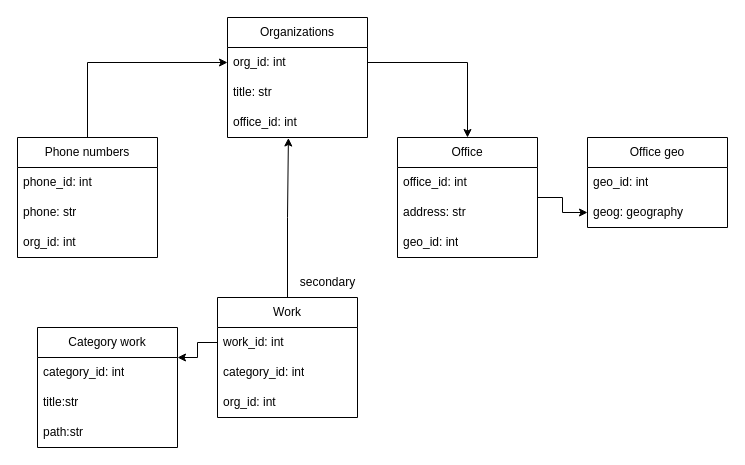
Earlier version of the draw.io diagram docs/sources/entity.drawio (Keni13-coder/test-nebus). Source tidied: cells renumbered, new cells numbered last; positions are measured from the earlier drawing's top-left corner, leaving out a move shared by most shapes. Both pictures are drawn from the tidied source at 100%, with x=0, y=0 at pixel (17, 17).
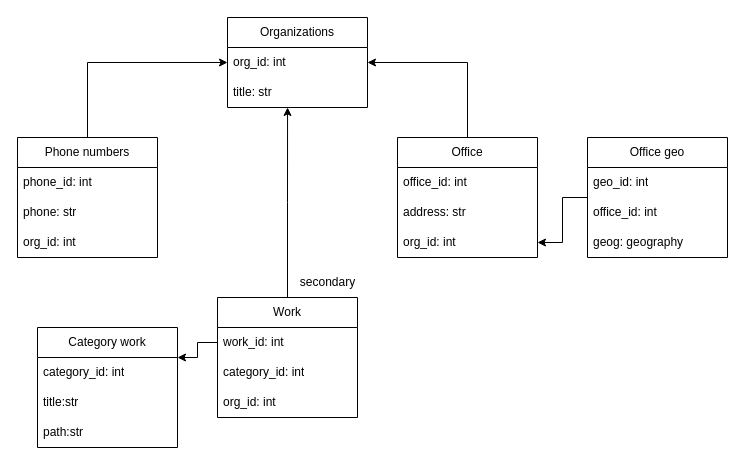
After the change.

The change refers to these unchanged cells:
```xml
<mxCell id="3" value="org_id: int" style="text;strokeColor=none;fillColor=none;align=left;verticalAlign=middle;spacingLeft=4;spacingRight=4;overflow=hidden;points=[[0,0.5],[1,0.5]];portConstraint=eastwest;whiteSpace=wrap;html=1;" parent="2" vertex="1">
  <mxGeometry y="30" width="140" height="30" as="geometry" />
</mxCell>
<mxCell id="4" value="title: str" style="text;strokeColor=none;fillColor=none;align=left;verticalAlign=middle;spacingLeft=4;spacingRight=4;overflow=hidden;points=[[0,0.5],[1,0.5]];portConstraint=eastwest;whiteSpace=wrap;html=1;" parent="2" vertex="1">
  <mxGeometry y="60" width="140" height="30" as="geometry" />
</mxCell>
<mxCell id="12" value="Office" style="swimlane;fontStyle=0;horizontal=1;startSize=30;whiteSpace=wrap;html=1;" parent="1" vertex="1">
  <mxGeometry x="380" y="120" width="140" height="120" as="geometry" />
</mxCell>
<mxCell id="20" value="Work" style="swimlane;fontStyle=0;horizontal=1;startSize=30;whiteSpace=wrap;html=1;" parent="1" vertex="1">
  <mxGeometry x="200" y="280" width="140" height="120" as="geometry" />
</mxCell>
```

Change to the diagram source:
```diff
@@
     <mxCell id="2" value="Organizations" style="swimlane;fontStyle=0;horizontal=1;startSize=30;whiteSpace=wrap;html=1;" parent="1" vertex="1">
-      <mxGeometry x="210" width="140" height="120" as="geometry" />
+      <mxGeometry x="210" width="140" height="90" as="geometry" />
     </mxCell>
@@
-    <mxCell id="5" value="office_id: int" style="text;strokeColor=none;fillColor=none;align=left;verticalAlign=middle;spacingLeft=4;spacingRight=4;overflow=hidden;points=[[0,0.5],[1,0.5]];portConstraint=eastwest;whiteSpace=wrap;html=1;" parent="2" vertex="1">
-      <mxGeometry y="90" width="140" height="30" as="geometry" />
-    </mxCell>
@@
-    <mxCell id="11" style="edgeStyle=orthogonalEdgeStyle;rounded=0;jettySize=auto;html=1;" parent="1" edge="1" source="12" target="18">
-      <mxGeometry relative="1" as="geometry" />
-    </mxCell>
+    <mxCell id="31" style="edgeStyle=orthogonalEdgeStyle;rounded=0;jettySize=auto;html=1;entryX=1;entryY=0.5;entryDx=0;entryDy=0;" parent="1" edge="1" source="12" target="3">
+      <mxGeometry relative="1" as="geometry" />
+    </mxCell>
@@
-    <mxCell id="15" value="geo_id: int" style="text;strokeColor=none;fillColor=none;align=left;verticalAlign=middle;spacingLeft=4;spacingRight=4;overflow=hidden;whiteSpace=wrap;html=1;" parent="12" vertex="1">
-      <mxGeometry y="90" width="140" height="30" as="geometry" />
-    </mxCell>
+    <mxCell id="32" value="org_id: int" style="text;strokeColor=none;fillColor=none;align=left;verticalAlign=middle;spacingLeft=4;spacingRight=4;overflow=hidden;points=[[0,0.5],[1,0.5]];portConstraint=eastwest;whiteSpace=wrap;html=1;" parent="12" vertex="1">
+      <mxGeometry y="90" width="140" height="30" as="geometry" />
+    </mxCell>
+    <mxCell id="33" style="edgeStyle=orthogonalEdgeStyle;rounded=0;jettySize=auto;html=1;" parent="1" edge="1" source="16" target="32">
+      <mxGeometry relative="1" as="geometry" />
+    </mxCell>
     <mxCell id="16" value="Office geo" style="swimlane;fontStyle=0;horizontal=1;startSize=30;whiteSpace=wrap;html=1;" parent="1" vertex="1">
-      <mxGeometry x="570" y="120" width="140" height="90" as="geometry" />
+      <mxGeometry x="570" y="120" width="140" height="120" as="geometry" />
     </mxCell>
@@
+    <mxCell id="5" value="office_id: int" style="text;strokeColor=none;fillColor=none;align=left;verticalAlign=middle;spacingLeft=4;spacingRight=4;overflow=hidden;points=[[0,0.5],[1,0.5]];portConstraint=eastwest;whiteSpace=wrap;html=1;" parent="16" vertex="1">
+      <mxGeometry y="60" width="140" height="30" as="geometry" />
+    </mxCell>
     <mxCell id="18" value="geog: geography" style="text;strokeColor=none;fillColor=none;align=left;verticalAlign=middle;spacingLeft=4;spacingRight=4;overflow=hidden;points=[[0,0.5],[1,0.5]];portConstraint=eastwest;whiteSpace=wrap;html=1;" parent="16" vertex="1">
-      <mxGeometry y="60" width="140" height="30" as="geometry" />
+      <mxGeometry y="90" width="140" height="30" as="geometry" />
     </mxCell>
-    <mxCell id="19" style="edgeStyle=orthogonalEdgeStyle;rounded=0;jettySize=auto;html=1;entryX=0.5;entryY=0;entryDx=0;entryDy=0;" parent="1" edge="1" source="3" target="12">
-      <mxGeometry relative="1" as="geometry" />
-    </mxCell>
@@
-    <mxCell id="29" style="edgeStyle=orthogonalEdgeStyle;rounded=0;jettySize=auto;html=1;entryX=0.435;entryY=1.017;entryDx=0;entryDy=0;entryPerimeter=0;" parent="1" edge="1" source="20" target="5">
-      <mxGeometry relative="1" as="geometry" />
-    </mxCell>
@@
+    <mxCell id="34" style="edgeStyle=orthogonalEdgeStyle;rounded=0;jettySize=auto;html=1;exitX=0.5;exitY=0;exitDx=0;exitDy=0;entryX=0.429;entryY=1;entryDx=0;entryDy=0;entryPerimeter=0;" parent="1" edge="1" source="20" target="4">
+      <mxGeometry relative="1" as="geometry" />
+    </mxCell>
```
